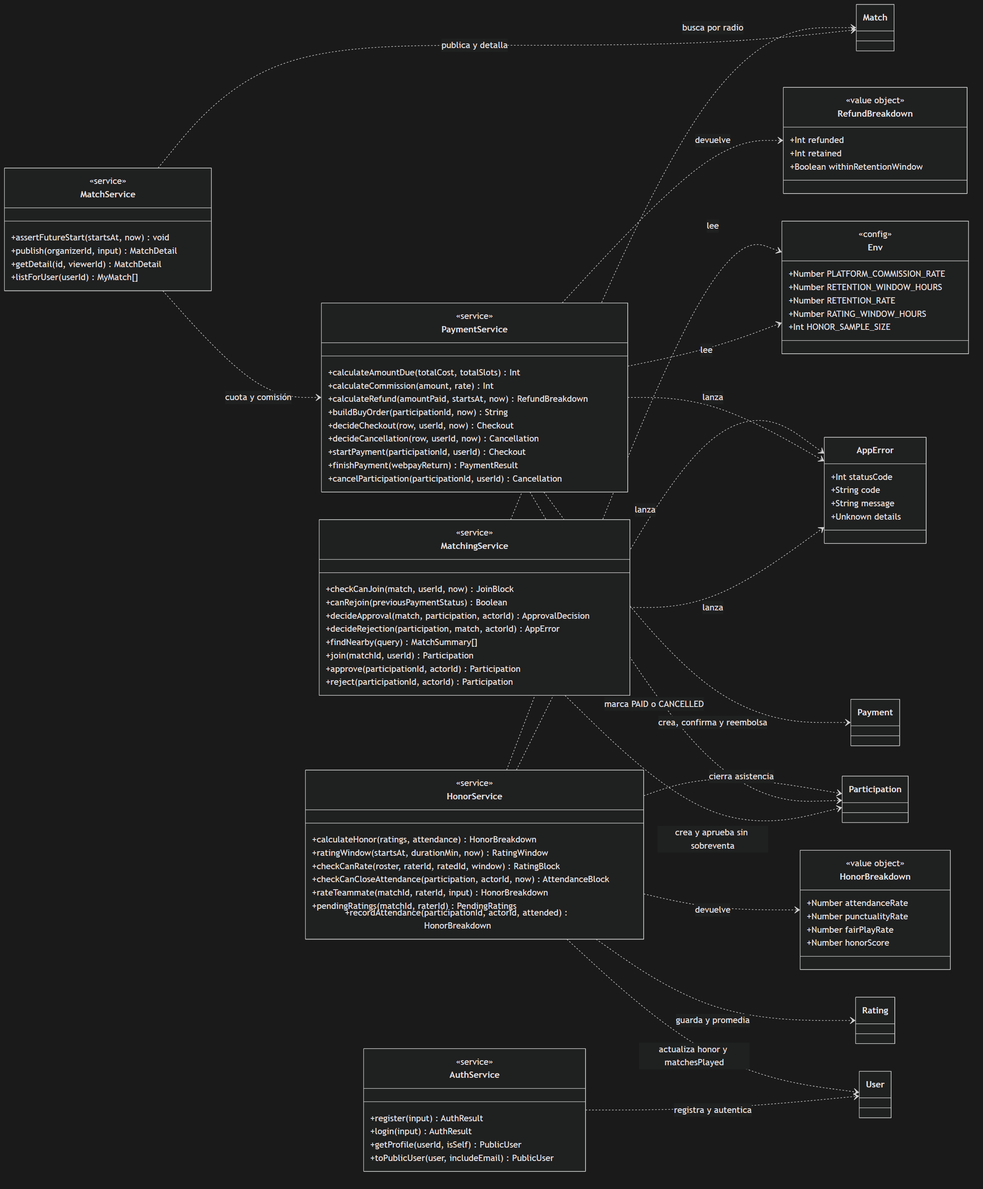
avenaaaa/KANCHA keeps this Mermaid diagram as fase-2-desarrollo/docs/diagramas/clases-servicios.png. Above is the earlier version. Its source is kept beside it as fase-2-desarrollo/docs/diagramas/clases-servicios.mmd. Source of this version:
```mermaid
classDiagram
    direction LR

    class HonorService {
        <<service>>
        +calculateHonor(ratings, attendance) HonorBreakdown
        +ratingWindow(startsAt, durationMin, now) RatingWindow
        +checkCanRate(roster, raterId, ratedId, window) RatingBlock
        +checkCanCloseAttendance(participation, actorId, now) AttendanceBlock
        +rateTeammate(matchId, raterId, input) HonorBreakdown
        +pendingRatings(matchId, raterId) PendingRatings
        +recordAttendance(participationId, actorId, attended) HonorBreakdown
    }

    class PaymentService {
        <<service>>
        +calculateAmountDue(totalCost, totalSlots) Int
        +calculateCommission(amount, rate) Int
        +calculateRefund(amountPaid, startsAt, now) RefundBreakdown
        +buildBuyOrder(participationId, now) String
        +decideCheckout(row, userId, now) Checkout
        +decideCancellation(row, userId, now) Cancellation
        +startPayment(participationId, userId) Checkout
        +finishPayment(webpayReturn) PaymentResult
        +cancelParticipation(participationId, userId) Cancellation
    }

    class MatchingService {
        <<service>>
        +checkCanJoin(match, userId, now) JoinBlock
        +canRejoin(previousPaymentStatus) Boolean
        +decideApproval(match, participation, actorId) ApprovalDecision
        +decideRejection(participation, match, actorId) AppError
        +findNearby(query) MatchSummary[]
        +join(matchId, userId) Participation
        +approve(participationId, actorId) Participation
        +reject(participationId, actorId) Participation
    }

    class MatchService {
        <<service>>
        +assertFutureStart(startsAt, now) void
        +publish(organizerId, input) MatchDetail
        +getDetail(id, viewerId) MatchDetail
        +listForUser(userId) MyMatch[]
    }

    class AuthService {
        <<service>>
        +register(input) AuthResult
        +login(input) AuthResult
        +getProfile(userId, isSelf) PublicUser
        +toPublicUser(user, includeEmail) PublicUser
    }

    class HonorBreakdown {
        <<value object>>
        +Number attendanceRate
        +Number punctualityRate
        +Number fairPlayRate
        +Number honorScore
    }

    class RefundBreakdown {
        <<value object>>
        +Int refunded
        +Int retained
        +Boolean withinRetentionWindow
    }

    class AppError {
        +Int statusCode
        +String code
        +String message
        +Unknown details
    }

    class Env {
        <<config>>
        +Number PLATFORM_COMMISSION_RATE
        +Number RETENTION_WINDOW_HOURS
        +Number RETENTION_RATE
        +Number RATING_WINDOW_HOURS
        +Int HONOR_SAMPLE_SIZE
    }

    class User
    class Match
    class Participation
    class Rating
    class Payment

    HonorService ..> HonorBreakdown : devuelve
    PaymentService ..> RefundBreakdown : devuelve
    HonorService ..> Env : lee
    PaymentService ..> Env : lee
    HonorService ..> AppError : lanza
    PaymentService ..> AppError : lanza
    MatchingService ..> AppError : lanza

    HonorService ..> Rating : guarda y promedia
    HonorService ..> User : actualiza honor y matchesPlayed
    HonorService ..> Participation : cierra asistencia
    PaymentService ..> Payment : crea, confirma y reembolsa
    PaymentService ..> Participation : marca PAID o CANCELLED
    MatchingService ..> Match : busca por radio
    MatchingService ..> Participation : crea y aprueba sin sobreventa
    MatchService ..> Match : publica y detalla
    AuthService ..> User : registra y autentica
    MatchService ..> PaymentService : cuota y comisión
```
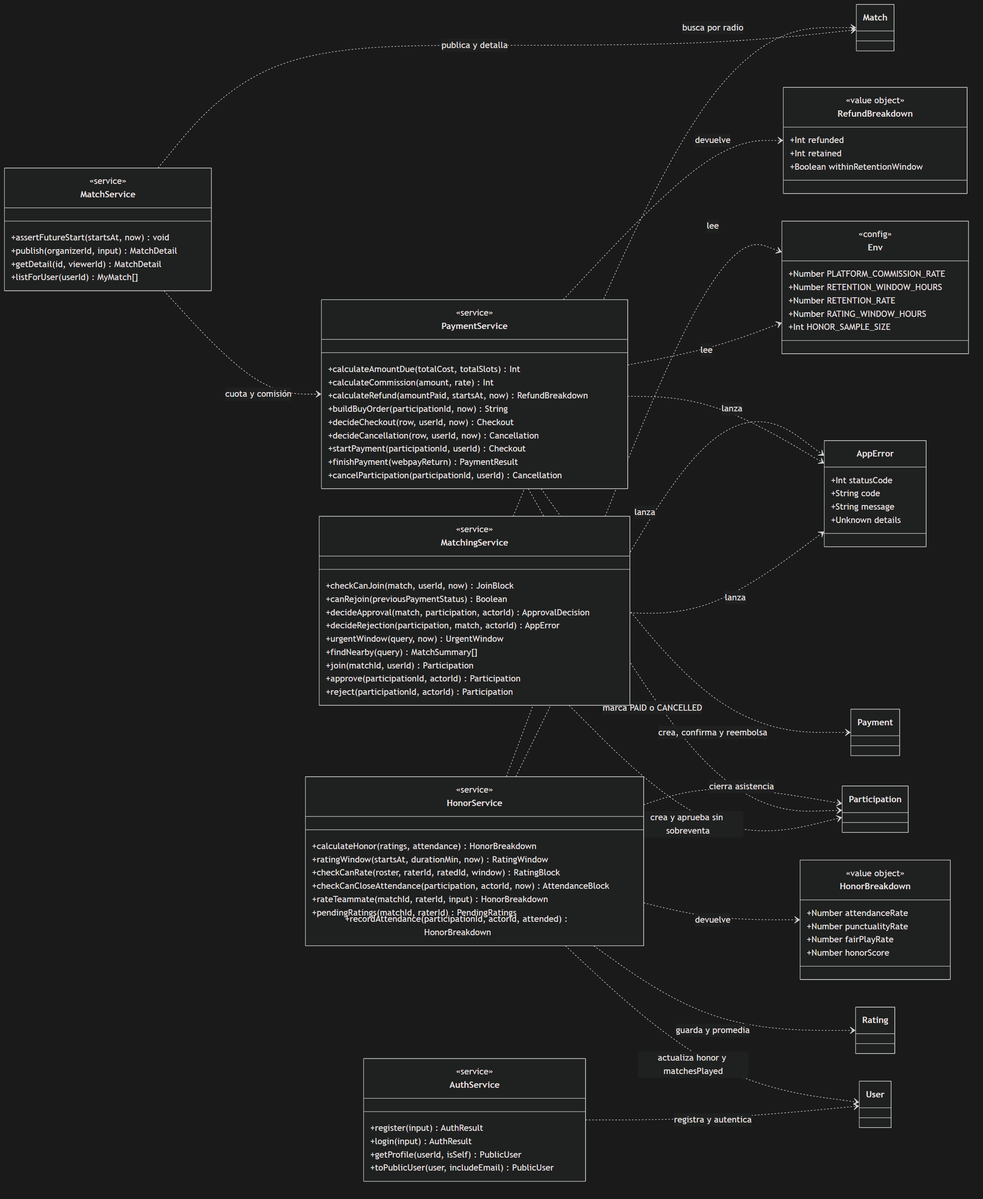
The same file after the commit.

Change to the diagram source:
```diff
@@ -31,6 +31,7 @@
         +canRejoin(previousPaymentStatus) Boolean
         +decideApproval(match, participation, actorId) ApprovalDecision
         +decideRejection(participation, match, actorId) AppError
+        +urgentWindow(query, now) UrgentWindow
         +findNearby(query) MatchSummary[]
         +join(matchId, userId) Participation
         +approve(participationId, actorId) Participation
```
